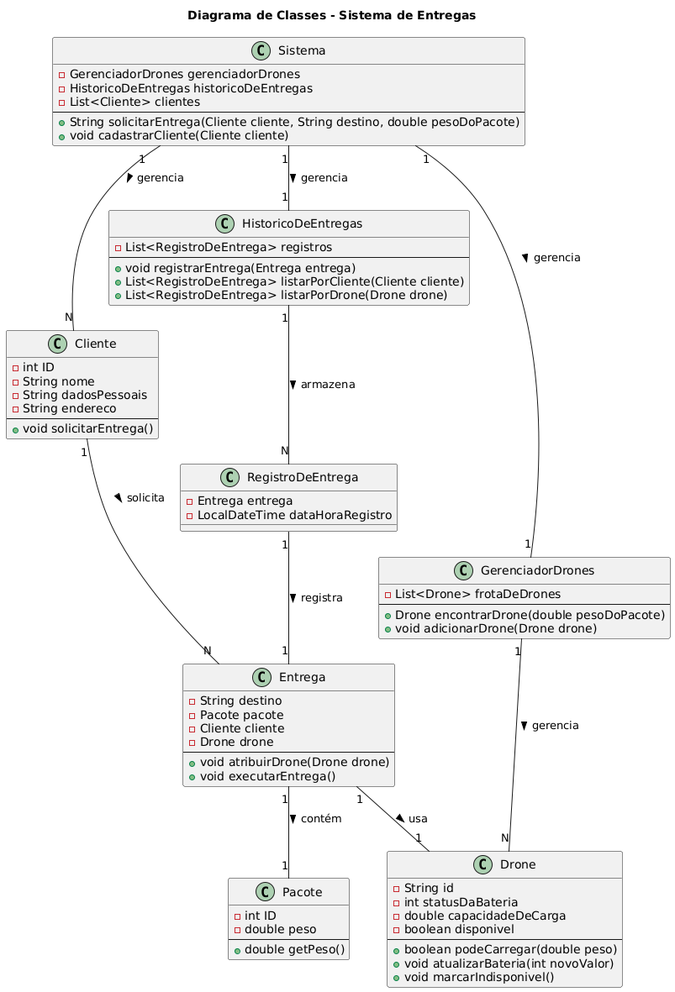
This is docs/diagramaDeClasses.png from caiosaraiv1/UML-Classroom-FCI, a PlantUML export, as it was before one commit.
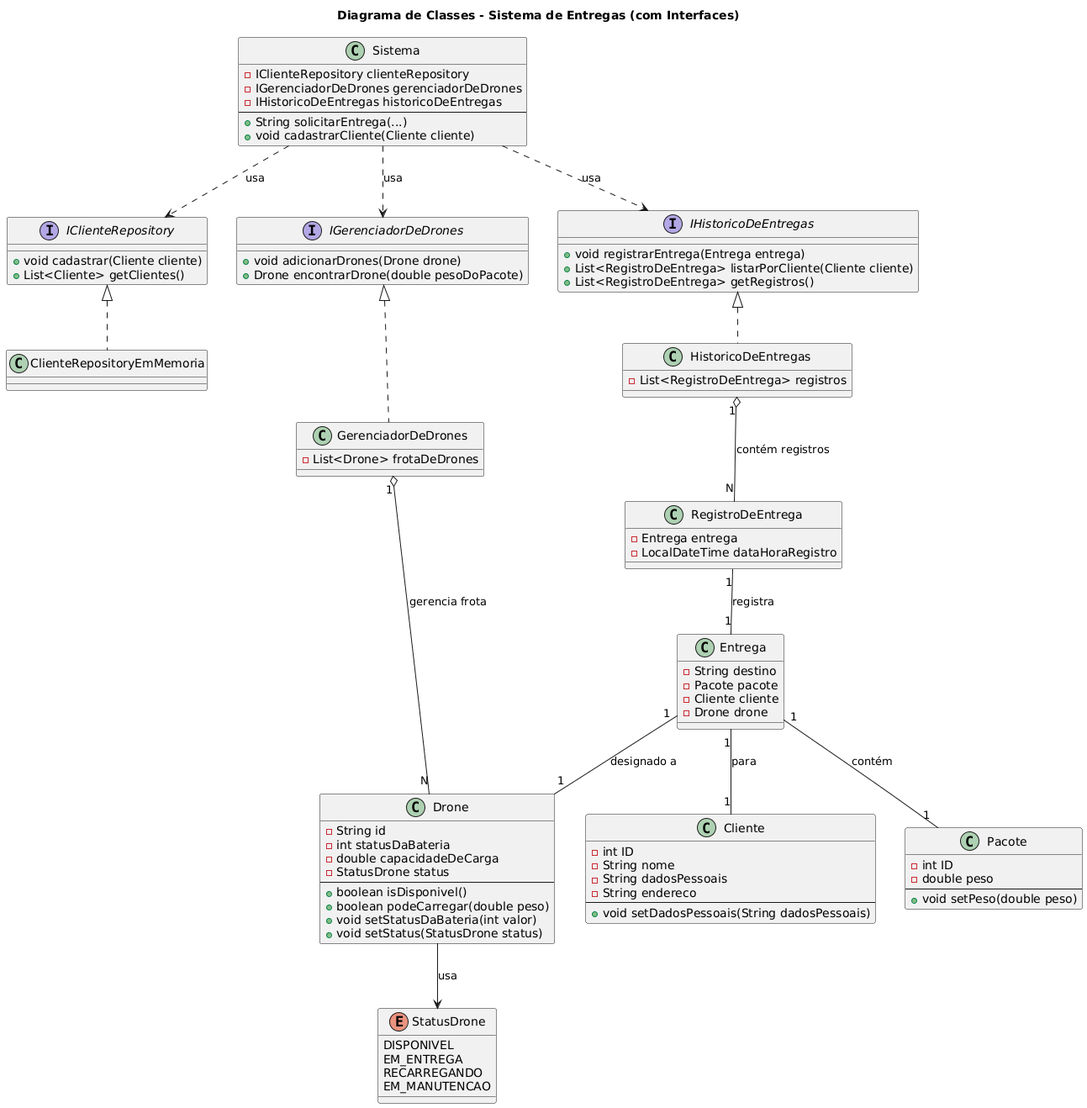
After the change.

Change to the diagram source:
```diff
@@ -1,84 +1,97 @@
 @startuml
-title Diagrama de Classes - Sistema de Entregas
+title Diagrama de Classes - Sistema de Entregas (com Interfaces)
+
+interface IClienteRepository {
+  + void cadastrar(Cliente cliente)
+  + List<Cliente> getClientes()
+}
+
+interface IGerenciadorDeDrones {
+  + void adicionarDrones(Drone drone)
+  + Drone encontrarDrone(double pesoDoPacote)
+}
+
+interface IHistoricoDeEntregas {
+  + void registrarEntrega(Entrega entrega)
+  + List<RegistroDeEntrega> listarPorCliente(Cliente cliente)
+  + List<RegistroDeEntrega> getRegistros()
+}
+
+enum StatusDrone {
+  DISPONIVEL
+  EM_ENTREGA
+  RECARREGANDO
+  EM_MANUTENCAO
+}
 
 class Cliente {
-  -int ID
-  -String nome
-  -String dadosPessoais
-  -String endereco
+  - int ID
+  - String nome
+  - String dadosPessoais
+  - String endereco
   --
-  +void solicitarEntrega()
+  + void setDadosPessoais(String dadosPessoais)
 }
 
 class Pacote {
-  -int ID
-  -double peso
+  - int ID
+  - double peso
   --
-  +double getPeso()
+  + void setPeso(double peso)
 }
 
 class Drone {
-  -String id
-  -int statusDaBateria
-  -double capacidadeDeCarga
-  -boolean disponivel
+  - String id
+  - int statusDaBateria
+  - double capacidadeDeCarga
+  - StatusDrone status
   --
-  +boolean podeCarregar(double peso)
-  +void atualizarBateria(int novoValor)
-  +void marcarIndisponivel()
-}
-
-class GerenciadorDrones {
-  -List<Drone> frotaDeDrones
-  --
-  +Drone encontrarDrone(double pesoDoPacote)
-  +void adicionarDrone(Drone drone)
-}
-
-class HistoricoDeEntregas {
-  -List<RegistroDeEntrega> registros
-  --
-  +void registrarEntrega(Entrega entrega)
-  +List<RegistroDeEntrega> listarPorCliente(Cliente cliente)
-  +List<RegistroDeEntrega> listarPorDrone(Drone drone)
+  + boolean isDisponivel()
+  + boolean podeCarregar(double peso)
+  + void setStatusDaBateria(int valor)
+  + void setStatus(StatusDrone status)
 }
 
 class Entrega {
-  -String destino
-  -Pacote pacote
-  -Cliente cliente
-  -Drone drone
-  --
-  +void atribuirDrone(Drone drone)
-  +void executarEntrega()
+  - String destino
+  - Pacote pacote
+  - Cliente cliente
+  - Drone drone
 }
 
 class RegistroDeEntrega {
-  -Entrega entrega
-  -LocalDateTime dataHoraRegistro
+  - Entrega entrega
+  - LocalDateTime dataHoraRegistro
+}
+
+class ClienteRepositoryEmMemoria implements IClienteRepository
+class GerenciadorDeDrones implements IGerenciadorDeDrones {
+  - List<Drone> frotaDeDrones
+}
+class HistoricoDeEntregas implements IHistoricoDeEntregas {
+  - List<RegistroDeEntrega> registros
 }
 
 class Sistema {
-  -GerenciadorDrones gerenciadorDrones
-  -HistoricoDeEntregas historicoDeEntregas
-  -List<Cliente> clientes
+  - IClienteRepository clienteRepository
+  - IGerenciadorDeDrones gerenciadorDeDrones
+  - IHistoricoDeEntregas historicoDeEntregas
   --
-  +String solicitarEntrega(Cliente cliente, String destino, double pesoDoPacote)
-  +void cadastrarCliente(Cliente cliente)
+  + String solicitarEntrega(...)
+  + void cadastrarCliente(Cliente cliente)
 }
 
-Cliente "1" -- "N" Entrega : solicita >
+Sistema ..> IClienteRepository : "usa"
+Sistema ..> IGerenciadorDeDrones : "usa"
+Sistema ..> IHistoricoDeEntregas : "usa"
 
-Entrega "1" -- "1" Pacote : contém >
-Entrega "1" -- "1" Drone : usa >
+GerenciadorDeDrones "1" o-- "N" Drone : "gerencia frota"
+HistoricoDeEntregas "1" o-- "N" RegistroDeEntrega : "contém registros"
 
-Sistema "1" -- "1" GerenciadorDrones : gerencia >
-Sistema "1" -- "1" HistoricoDeEntregas : gerencia >
-Sistema "1" -- "N" Cliente : gerencia >
+RegistroDeEntrega "1" -- "1" Entrega : "registra"
+Entrega "1" -- "1" Cliente : "para"
+Entrega "1" -- "1" Pacote : "contém"
+Entrega "1" -- "1" Drone : "designado a"
 
-HistoricoDeEntregas "1" -- "N" RegistroDeEntrega : armazena >
-
-RegistroDeEntrega "1" -- "1" Entrega : registra >
-
-GerenciadorDrones "1" -- "N" Drone : gerencia >
+Drone --> StatusDrone : "usa"
 @enduml
```
